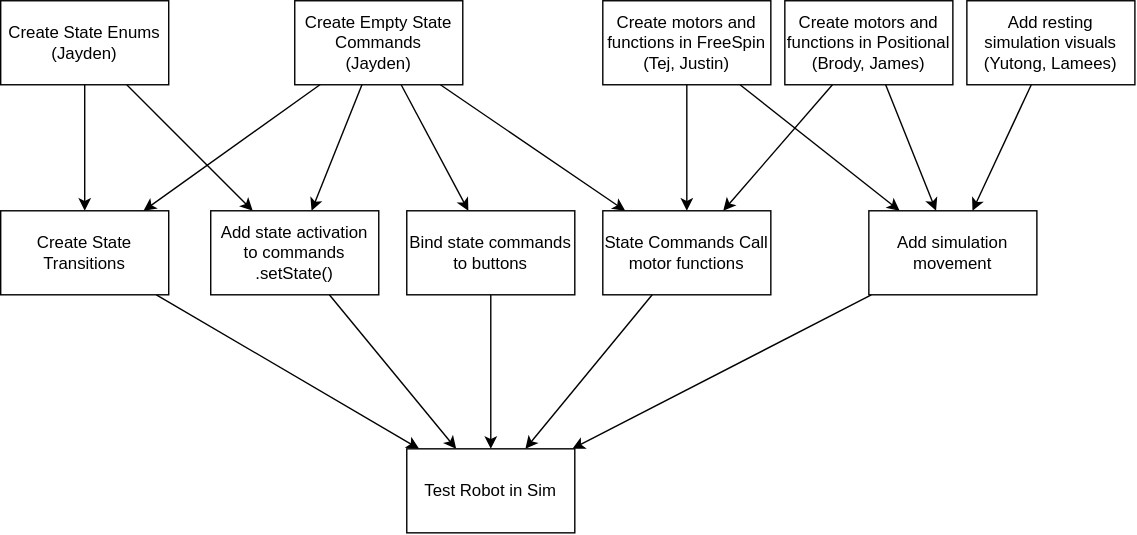
FRCTeam3255/2026_Offbot_Code keeps this draw.io diagram as design/program_order.drawio.svg. Above is the earlier version. Source tidied: cells renumbered, new cells last; positions are measured from the earlier drawing's top-left corner, leaving out a move shared by most shapes.
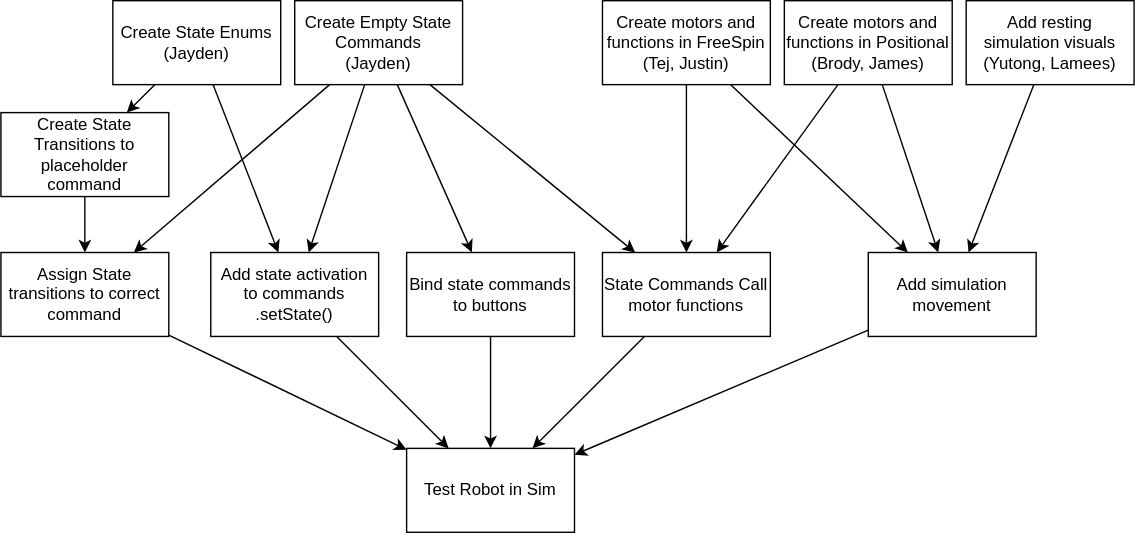
The same file after the commit.

Commit message:
refine programming order

The edit, as a diff of the source:
```diff
@@ -9,13 +9,13 @@
       <mxGeometry relative="1" as="geometry" />
     </mxCell>
     <mxCell id="4" value="Create State Enums&lt;div&gt;(Jayden)&lt;/div&gt;" style="whiteSpace=wrap;html=1;" parent="1" vertex="1">
-      <mxGeometry width="120" height="60" as="geometry" />
+      <mxGeometry x="80" width="120" height="60" as="geometry" />
     </mxCell>
-    <mxCell id="5" style="edgeStyle=none;html=1;" parent="1" edge="1" source="6" target="28">
+    <mxCell id="5" style="edgeStyle=none;html=1;" parent="1" edge="1" source="31" target="28">
       <mxGeometry relative="1" as="geometry" />
     </mxCell>
-    <mxCell id="6" value="Create State Transitions" style="whiteSpace=wrap;html=1;" parent="1" vertex="1">
-      <mxGeometry y="150" width="120" height="60" as="geometry" />
+    <mxCell id="6" value="Create State Transitions to placeholder command" style="whiteSpace=wrap;html=1;" parent="1" vertex="1">
+      <mxGeometry y="80" width="120" height="60" as="geometry" />
     </mxCell>
     <mxCell id="7" style="edgeStyle=none;html=1;" parent="1" edge="1" source="27" target="17">
       <mxGeometry relative="1" as="geometry" />
@@ -24,7 +24,7 @@
       <mxGeometry relative="1" as="geometry" />
     </mxCell>
     <mxCell id="9" value="State Commands Call motor functions" style="whiteSpace=wrap;html=1;" parent="1" vertex="1">
-      <mxGeometry x="430" y="150" width="120" height="60" as="geometry" />
+      <mxGeometry x="430" y="180" width="120" height="60" as="geometry" />
     </mxCell>
     <mxCell id="10" style="edgeStyle=none;html=1;" parent="1" edge="1" source="12" target="9">
       <mxGeometry relative="1" as="geometry" />
@@ -48,7 +48,7 @@
       <mxGeometry relative="1" as="geometry" />
     </mxCell>
     <mxCell id="17" value="Bind state commands to buttons" style="whiteSpace=wrap;html=1;" parent="1" vertex="1">
-      <mxGeometry x="290" y="150" width="120" height="60" as="geometry" />
+      <mxGeometry x="290" y="180" width="120" height="60" as="geometry" />
     </mxCell>
     <mxCell id="18" style="edgeStyle=none;html=1;" parent="1" edge="1" source="19" target="21">
       <mxGeometry relative="1" as="geometry" />
@@ -60,28 +60,34 @@
       <mxGeometry relative="1" as="geometry" />
     </mxCell>
     <mxCell id="21" value="Add simulation movement" style="whiteSpace=wrap;html=1;" parent="1" vertex="1">
-      <mxGeometry x="620" y="150" width="120" height="60" as="geometry" />
+      <mxGeometry x="620" y="180" width="120" height="60" as="geometry" />
     </mxCell>
     <mxCell id="22" style="edgeStyle=none;html=1;" parent="1" edge="1" source="23" target="28">
       <mxGeometry relative="1" as="geometry" />
     </mxCell>
     <mxCell id="23" value="Add state activation to commands&lt;div&gt;.setState()&lt;/div&gt;" style="whiteSpace=wrap;html=1;" parent="1" vertex="1">
-      <mxGeometry x="150" y="150" width="120" height="60" as="geometry" />
+      <mxGeometry x="150" y="180" width="120" height="60" as="geometry" />
     </mxCell>
     <mxCell id="24" style="edgeStyle=none;html=1;" parent="1" edge="1" source="27" target="9">
       <mxGeometry relative="1" as="geometry" />
     </mxCell>
-    <mxCell id="25" style="edgeStyle=none;html=1;" parent="1" edge="1" source="27" target="6">
-      <mxGeometry relative="1" as="geometry" />
-    </mxCell>
     <mxCell id="26" style="edgeStyle=none;html=1;" parent="1" edge="1" source="27" target="23">
       <mxGeometry relative="1" as="geometry" />
     </mxCell>
+    <mxCell id="29" style="edgeStyle=none;html=1;" parent="1" edge="1" source="27" target="31">
+      <mxGeometry relative="1" as="geometry" />
+    </mxCell>
     <mxCell id="27" value="Create Empty State Commands&lt;div&gt;(Jayden)&lt;/div&gt;" style="whiteSpace=wrap;html=1;" parent="1" vertex="1">
       <mxGeometry x="210" width="120" height="60" as="geometry" />
     </mxCell>
     <mxCell id="28" value="Test Robot in Sim" style="whiteSpace=wrap;html=1;" parent="1" vertex="1">
       <mxGeometry x="290" y="320" width="120" height="60" as="geometry" />
     </mxCell>
+    <mxCell id="30" style="edgeStyle=none;html=1;" parent="1" edge="1" source="6" target="31">
+      <mxGeometry relative="1" as="geometry" />
+    </mxCell>
+    <mxCell id="31" value="Assign State transitions to correct command" style="whiteSpace=wrap;html=1;" parent="1" vertex="1">
+      <mxGeometry y="180" width="120" height="60" as="geometry" />
+    </mxCell>
   </root>
 </mxGraphModel>
```
